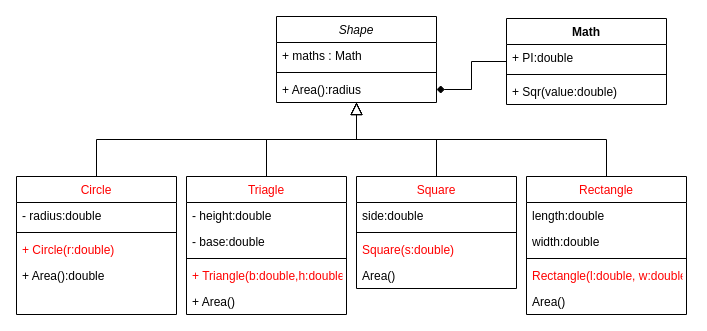
The draw.io diagram schema/shapearea.drawio in deeperj/rust, before the edit. Source tidied: cells renumbered, new cells numbered last; positions are measured from the earlier drawing's top-left corner, leaving out a move shared by most shapes. Both pictures are drawn from the tidied source at 100%, with x=0, y=0 at pixel (16, 16).
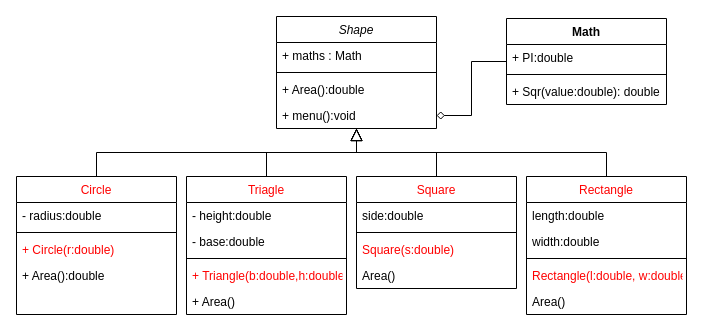
Above is the later version.

The change refers to these unchanged cells:
```xml
<mxCell id="32" value="Math" style="swimlane;fontStyle=1;align=center;verticalAlign=top;horizontal=1;startSize=26;" parent="1" vertex="1">
  <mxGeometry x="490" y="2" width="160" height="86" as="geometry" />
</mxCell>
```

The edit, as a diff of the source:
```diff
@@
     <mxCell id="27" value="Shape" style="swimlane;fontStyle=2;align=center;verticalAlign=top;horizontal=1;startSize=26;rounded=0;shadow=0;strokeWidth=1;" parent="1" vertex="1">
-      <mxGeometry x="260" width="160" height="86" as="geometry" />
+      <mxGeometry x="260" width="160" height="112" as="geometry" />
     </mxCell>
@@
+    <mxCell id="37" value="+ Area():double" style="text;align=left;verticalAlign=top;spacingLeft=4;spacingRight=4;overflow=hidden;" parent="27" vertex="1">
+      <mxGeometry y="60" width="160" height="26" as="geometry" />
+    </mxCell>
-    <mxCell id="30" value="+ Area():radius" style="text;align=left;verticalAlign=top;spacingLeft=4;spacingRight=4;overflow=hidden;points=[[0,0.5],[1,0.5]];portConstraint=eastwest;" parent="27" vertex="1">
-      <mxGeometry y="60" width="160" height="26" as="geometry" />
+    <mxCell id="30" value="+ menu():void" style="text;align=left;verticalAlign=top;spacingLeft=4;spacingRight=4;overflow=hidden;points=[[0,0.5],[1,0.5]];portConstraint=eastwest;" parent="27" vertex="1">
+      <mxGeometry y="86" width="160" height="26" as="geometry" />
     </mxCell>
@@
-    <mxCell id="35" value="+ Sqr(value:double)" style="text;strokeColor=none;fillColor=none;align=left;verticalAlign=top;spacingLeft=4;spacingRight=4;overflow=hidden;" parent="32" vertex="1">
+    <mxCell id="35" value="+ Sqr(value:double): double" style="text;strokeColor=none;fillColor=none;align=left;verticalAlign=top;spacingLeft=4;spacingRight=4;overflow=hidden;" parent="32" vertex="1">
       <mxGeometry y="60" width="160" height="26" as="geometry" />
     </mxCell>
-    <mxCell id="36" style="edgeStyle=orthogonalEdgeStyle;rounded=0;jettySize=auto;html=1;exitX=0;exitY=0.5;exitDx=0;exitDy=0;entryX=1;entryY=0.5;entryDx=0;entryDy=0;endArrow=diamond;endFill=1;" parent="1" edge="1" source="32" target="30">
+    <mxCell id="36" style="edgeStyle=orthogonalEdgeStyle;rounded=0;jettySize=auto;html=1;exitX=0;exitY=0.5;exitDx=0;exitDy=0;entryX=1;entryY=0.5;entryDx=0;entryDy=0;endArrow=diamond;endFill=0;" parent="1" edge="1" source="32" target="30">
       <mxGeometry relative="1" as="geometry" />
     </mxCell>
```
